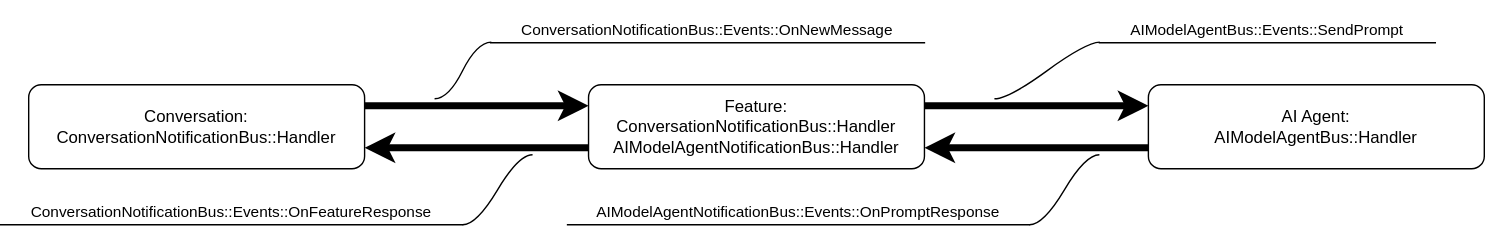
Before: docs/images/interfaces.svg, a diagram exported from draw.io (RobotecAI/o3de-genai-gems). Source tidied: cells renumbered, new cells last; positions are measured from the earlier drawing's top-left corner, leaving out a move shared by most shapes. Source of this version:
```xml
<mxGraphModel>
  <root>
    <mxCell id="0" />
    <mxCell id="1" parent="0" />
    <mxCell id="2" value="AI Agent:&lt;div&gt;AIModelAgentBus::Handler&lt;/div&gt;" style="rounded=1;whiteSpace=wrap;html=1;" parent="1" vertex="1">
      <mxGeometry x="820" y="60" width="240" height="60" as="geometry" />
    </mxCell>
    <mxCell id="3" value="Feature:&lt;div&gt;ConversationNotificationBus::Handler&lt;/div&gt;&lt;div&gt;AIModelAgentNotificationBus::Handler&lt;/div&gt;" style="rounded=1;whiteSpace=wrap;html=1;" parent="1" vertex="1">
      <mxGeometry x="420" y="60" width="240" height="60" as="geometry" />
    </mxCell>
    <mxCell id="4" value="Conversation:&lt;div&gt;&lt;div&gt;ConversationNotificationBus::Handler&lt;/div&gt;&lt;/div&gt;" style="rounded=1;whiteSpace=wrap;html=1;" parent="1" vertex="1">
      <mxGeometry x="20" y="60" width="240" height="60" as="geometry" />
    </mxCell>
    <mxCell id="5" style="endArrow=classic;html=1;rounded=0;exitX=1;exitY=0.25;exitDx=0;exitDy=0;entryX=0;entryY=0.25;entryDx=0;entryDy=0;strokeWidth=5;" parent="1" edge="1" source="4" target="3">
      <mxGeometry relative="1" as="geometry" />
    </mxCell>
    <mxCell id="6" style="endArrow=classic;html=1;rounded=0;exitX=0;exitY=0.75;exitDx=0;exitDy=0;entryX=1;entryY=0.75;entryDx=0;entryDy=0;strokeWidth=5;" parent="1" edge="1" source="3" target="4">
      <mxGeometry relative="1" as="geometry" />
    </mxCell>
    <mxCell id="7" style="endArrow=classic;html=1;rounded=0;exitX=1;exitY=0.25;exitDx=0;exitDy=0;entryX=0;entryY=0.25;entryDx=0;entryDy=0;strokeWidth=5;" parent="1" edge="1" source="3" target="2">
      <mxGeometry relative="1" as="geometry" />
    </mxCell>
    <mxCell id="8" style="endArrow=classic;html=1;rounded=0;exitX=0;exitY=0.75;exitDx=0;exitDy=0;entryX=1;entryY=0.75;entryDx=0;entryDy=0;strokeWidth=5;" parent="1" edge="1" source="2" target="3">
      <mxGeometry relative="1" as="geometry" />
    </mxCell>
    <mxCell id="9" value="&lt;span style=&quot;font-size: 11px; text-wrap: nowrap; background-color: rgb(255, 255, 255);&quot;&gt;ConversationNotificationBus::Events::OnNewMessage&lt;/span&gt;" style="whiteSpace=wrap;html=1;shape=partialRectangle;top=0;left=0;bottom=1;right=0;points=[[0,1],[1,1]];fillColor=none;align=center;verticalAlign=bottom;routingCenterY=0.5;snapToPoint=1;newEdgeStyle={&quot;edgeStyle&quot;:&quot;entityRelationEdgeStyle&quot;,&quot;startArrow&quot;:&quot;none&quot;,&quot;endArrow&quot;:&quot;none&quot;,&quot;segment&quot;:10,&quot;curved&quot;:1,&quot;sourcePerimeterSpacing&quot;:0,&quot;targetPerimeterSpacing&quot;:0};" parent="1" vertex="1">
      <mxGeometry x="350" width="310" height="30" as="geometry" />
    </mxCell>
    <mxCell id="10" style="edgeStyle=entityRelationEdgeStyle;startArrow=none;endArrow=none;segment=10;curved=1;sourcePerimeterSpacing=0;targetPerimeterSpacing=0;rounded=0;" parent="1" edge="1" target="9">
      <mxGeometry relative="1" as="geometry">
        <mxPoint x="310" y="70" as="sourcePoint" />
      </mxGeometry>
    </mxCell>
    <mxCell id="11" value="&lt;span style=&quot;font-size: 11px; text-wrap: nowrap; background-color: rgb(255, 255, 255);&quot;&gt;AIModelAgentBus::Events::SendPrompt&lt;/span&gt;" style="whiteSpace=wrap;html=1;shape=partialRectangle;top=0;left=0;bottom=1;right=0;points=[[0,1],[1,1]];fillColor=none;align=center;verticalAlign=bottom;routingCenterY=0.5;snapToPoint=1;newEdgeStyle={&quot;edgeStyle&quot;:&quot;entityRelationEdgeStyle&quot;,&quot;startArrow&quot;:&quot;none&quot;,&quot;endArrow&quot;:&quot;none&quot;,&quot;segment&quot;:10,&quot;curved&quot;:1,&quot;sourcePerimeterSpacing&quot;:0,&quot;targetPerimeterSpacing&quot;:0};" parent="1" vertex="1">
      <mxGeometry x="785" width="240" height="30" as="geometry" />
    </mxCell>
    <mxCell id="12" style="edgeStyle=entityRelationEdgeStyle;startArrow=none;endArrow=none;segment=10;curved=1;sourcePerimeterSpacing=0;targetPerimeterSpacing=0;rounded=0;" parent="1" edge="1" target="11">
      <mxGeometry relative="1" as="geometry">
        <mxPoint x="710" y="70" as="sourcePoint" />
      </mxGeometry>
    </mxCell>
    <mxCell id="13" value="&lt;span style=&quot;font-size: 11px; text-wrap: nowrap; background-color: rgb(255, 255, 255);&quot;&gt;ConversationNotificationBus::Events::OnFeatureResponse&lt;/span&gt;" style="whiteSpace=wrap;html=1;shape=partialRectangle;top=0;left=0;bottom=1;right=0;fillColor=none;align=center;verticalAlign=bottom;routingCenterY=0.5;newEdgeStyle={&quot;edgeStyle&quot;:&quot;entityRelationEdgeStyle&quot;,&quot;startArrow&quot;:&quot;none&quot;,&quot;endArrow&quot;:&quot;none&quot;,&quot;segment&quot;:10,&quot;curved&quot;:1,&quot;sourcePerimeterSpacing&quot;:0,&quot;targetPerimeterSpacing&quot;:0};" parent="1" vertex="1">
      <mxGeometry y="130" width="330" height="30" as="geometry" />
    </mxCell>
    <mxCell id="14" style="edgeStyle=entityRelationEdgeStyle;startArrow=none;endArrow=none;segment=10;curved=1;sourcePerimeterSpacing=0;targetPerimeterSpacing=0;rounded=0;" parent="1" edge="1">
      <mxGeometry relative="1" as="geometry">
        <mxPoint x="330" y="160" as="sourcePoint" />
        <mxPoint x="380" y="110" as="targetPoint" />
        <Array as="points">
          <mxPoint x="660" y="150" />
        </Array>
      </mxGeometry>
    </mxCell>
    <mxCell id="15" value="&lt;span style=&quot;font-size: 11px; text-wrap: nowrap; background-color: rgb(255, 255, 255);&quot;&gt;AIModelAgentNotificationBus::Events::OnPromptResponse&lt;/span&gt;" style="whiteSpace=wrap;html=1;shape=partialRectangle;top=0;left=0;bottom=1;right=0;points=[[0,1],[1,1]];fillColor=none;align=center;verticalAlign=bottom;routingCenterY=0.5;snapToPoint=1;newEdgeStyle={&quot;edgeStyle&quot;:&quot;entityRelationEdgeStyle&quot;,&quot;startArrow&quot;:&quot;none&quot;,&quot;endArrow&quot;:&quot;none&quot;,&quot;segment&quot;:10,&quot;curved&quot;:1,&quot;sourcePerimeterSpacing&quot;:0,&quot;targetPerimeterSpacing&quot;:0};" parent="1" vertex="1">
      <mxGeometry x="405" y="130" width="330" height="30" as="geometry" />
    </mxCell>
    <mxCell id="16" style="edgeStyle=entityRelationEdgeStyle;startArrow=none;endArrow=none;segment=10;curved=1;sourcePerimeterSpacing=0;targetPerimeterSpacing=0;rounded=0;" parent="1" edge="1">
      <mxGeometry relative="1" as="geometry">
        <mxPoint x="735" y="160" as="sourcePoint" />
        <mxPoint x="785" y="110" as="targetPoint" />
        <Array as="points">
          <mxPoint x="1065" y="150" />
          <mxPoint x="1155" y="140" />
        </Array>
      </mxGeometry>
    </mxCell>
  </root>
</mxGraphModel>
```
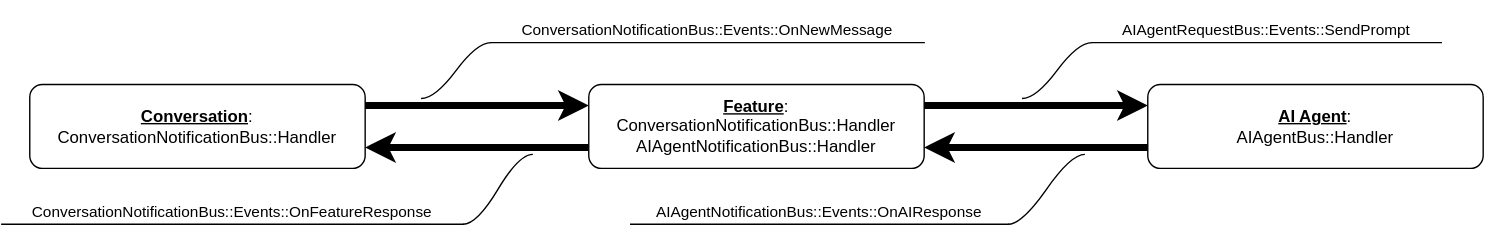
After the commit.

Commit message:
Update diagrams to follow #134

What changed in the source:
```diff
@@ -2,13 +2,13 @@
   <root>
     <mxCell id="0" />
     <mxCell id="1" parent="0" />
-    <mxCell id="2" value="AI Agent:&lt;div&gt;AIModelAgentBus::Handler&lt;/div&gt;" style="rounded=1;whiteSpace=wrap;html=1;" parent="1" vertex="1">
+    <mxCell id="2" value="&lt;u&gt;&lt;b&gt;AI Agent&lt;/b&gt;&lt;/u&gt;:&lt;div&gt;AIAgentBus::Handler&lt;/div&gt;" style="rounded=1;whiteSpace=wrap;html=1;" parent="1" vertex="1">
       <mxGeometry x="820" y="60" width="240" height="60" as="geometry" />
     </mxCell>
-    <mxCell id="3" value="Feature:&lt;div&gt;ConversationNotificationBus::Handler&lt;/div&gt;&lt;div&gt;AIModelAgentNotificationBus::Handler&lt;/div&gt;" style="rounded=1;whiteSpace=wrap;html=1;" parent="1" vertex="1">
+    <mxCell id="3" value="&lt;u&gt;&lt;b&gt;Feature&lt;/b&gt;&lt;/u&gt;:&lt;div&gt;ConversationNotificationBus::Handler&lt;/div&gt;&lt;div&gt;AIAgentNotificationBus::Handler&lt;/div&gt;" style="rounded=1;whiteSpace=wrap;html=1;" parent="1" vertex="1">
       <mxGeometry x="420" y="60" width="240" height="60" as="geometry" />
     </mxCell>
-    <mxCell id="4" value="Conversation:&lt;div&gt;&lt;div&gt;ConversationNotificationBus::Handler&lt;/div&gt;&lt;/div&gt;" style="rounded=1;whiteSpace=wrap;html=1;" parent="1" vertex="1">
+    <mxCell id="4" value="&lt;u&gt;&lt;b&gt;Conversation&lt;/b&gt;&lt;/u&gt;:&lt;div&gt;&lt;div&gt;ConversationNotificationBus::Handler&lt;/div&gt;&lt;/div&gt;" style="rounded=1;whiteSpace=wrap;html=1;" parent="1" vertex="1">
       <mxGeometry x="20" y="60" width="240" height="60" as="geometry" />
     </mxCell>
     <mxCell id="5" style="endArrow=classic;html=1;rounded=0;exitX=1;exitY=0.25;exitDx=0;exitDy=0;entryX=0;entryY=0.25;entryDx=0;entryDy=0;strokeWidth=5;" parent="1" edge="1" source="4" target="3">
@@ -28,15 +28,15 @@
     </mxCell>
     <mxCell id="10" style="edgeStyle=entityRelationEdgeStyle;startArrow=none;endArrow=none;segment=10;curved=1;sourcePerimeterSpacing=0;targetPerimeterSpacing=0;rounded=0;" parent="1" edge="1" target="9">
       <mxGeometry relative="1" as="geometry">
-        <mxPoint x="310" y="70" as="sourcePoint" />
+        <mxPoint x="300" y="70" as="sourcePoint" />
       </mxGeometry>
     </mxCell>
-    <mxCell id="11" value="&lt;span style=&quot;font-size: 11px; text-wrap: nowrap; background-color: rgb(255, 255, 255);&quot;&gt;AIModelAgentBus::Events::SendPrompt&lt;/span&gt;" style="whiteSpace=wrap;html=1;shape=partialRectangle;top=0;left=0;bottom=1;right=0;points=[[0,1],[1,1]];fillColor=none;align=center;verticalAlign=bottom;routingCenterY=0.5;snapToPoint=1;newEdgeStyle={&quot;edgeStyle&quot;:&quot;entityRelationEdgeStyle&quot;,&quot;startArrow&quot;:&quot;none&quot;,&quot;endArrow&quot;:&quot;none&quot;,&quot;segment&quot;:10,&quot;curved&quot;:1,&quot;sourcePerimeterSpacing&quot;:0,&quot;targetPerimeterSpacing&quot;:0};" parent="1" vertex="1">
-      <mxGeometry x="785" width="240" height="30" as="geometry" />
+    <mxCell id="11" value="&lt;span style=&quot;font-size: 11px; text-wrap: nowrap; background-color: rgb(255, 255, 255);&quot;&gt;AIAgentRequestBus::Events::SendPrompt&lt;/span&gt;" style="whiteSpace=wrap;html=1;shape=partialRectangle;top=0;left=0;bottom=1;right=0;points=[[0,1],[1,1]];fillColor=none;align=center;verticalAlign=bottom;routingCenterY=0.5;snapToPoint=1;newEdgeStyle={&quot;edgeStyle&quot;:&quot;entityRelationEdgeStyle&quot;,&quot;startArrow&quot;:&quot;none&quot;,&quot;endArrow&quot;:&quot;none&quot;,&quot;segment&quot;:10,&quot;curved&quot;:1,&quot;sourcePerimeterSpacing&quot;:0,&quot;targetPerimeterSpacing&quot;:0};" parent="1" vertex="1">
+      <mxGeometry x="780" width="250" height="30" as="geometry" />
     </mxCell>
     <mxCell id="12" style="edgeStyle=entityRelationEdgeStyle;startArrow=none;endArrow=none;segment=10;curved=1;sourcePerimeterSpacing=0;targetPerimeterSpacing=0;rounded=0;" parent="1" edge="1" target="11">
       <mxGeometry relative="1" as="geometry">
-        <mxPoint x="710" y="70" as="sourcePoint" />
+        <mxPoint x="730" y="70" as="sourcePoint" />
       </mxGeometry>
     </mxCell>
     <mxCell id="13" value="&lt;span style=&quot;font-size: 11px; text-wrap: nowrap; background-color: rgb(255, 255, 255);&quot;&gt;ConversationNotificationBus::Events::OnFeatureResponse&lt;/span&gt;" style="whiteSpace=wrap;html=1;shape=partialRectangle;top=0;left=0;bottom=1;right=0;fillColor=none;align=center;verticalAlign=bottom;routingCenterY=0.5;newEdgeStyle={&quot;edgeStyle&quot;:&quot;entityRelationEdgeStyle&quot;,&quot;startArrow&quot;:&quot;none&quot;,&quot;endArrow&quot;:&quot;none&quot;,&quot;segment&quot;:10,&quot;curved&quot;:1,&quot;sourcePerimeterSpacing&quot;:0,&quot;targetPerimeterSpacing&quot;:0};" parent="1" vertex="1">
@@ -51,13 +51,12 @@
         </Array>
       </mxGeometry>
     </mxCell>
-    <mxCell id="15" value="&lt;span style=&quot;font-size: 11px; text-wrap: nowrap; background-color: rgb(255, 255, 255);&quot;&gt;AIModelAgentNotificationBus::Events::OnPromptResponse&lt;/span&gt;" style="whiteSpace=wrap;html=1;shape=partialRectangle;top=0;left=0;bottom=1;right=0;points=[[0,1],[1,1]];fillColor=none;align=center;verticalAlign=bottom;routingCenterY=0.5;snapToPoint=1;newEdgeStyle={&quot;edgeStyle&quot;:&quot;entityRelationEdgeStyle&quot;,&quot;startArrow&quot;:&quot;none&quot;,&quot;endArrow&quot;:&quot;none&quot;,&quot;segment&quot;:10,&quot;curved&quot;:1,&quot;sourcePerimeterSpacing&quot;:0,&quot;targetPerimeterSpacing&quot;:0};" parent="1" vertex="1">
-      <mxGeometry x="405" y="130" width="330" height="30" as="geometry" />
+    <mxCell id="15" value="&lt;span style=&quot;font-size: 11px; text-wrap: nowrap; background-color: rgb(255, 255, 255);&quot;&gt;AIAgentNotificationBus::Events::OnAIResponse&lt;/span&gt;" style="whiteSpace=wrap;html=1;shape=partialRectangle;top=0;left=0;bottom=1;right=0;points=[[0,1],[1,1]];fillColor=none;align=center;verticalAlign=bottom;routingCenterY=0.5;snapToPoint=1;newEdgeStyle={&quot;edgeStyle&quot;:&quot;entityRelationEdgeStyle&quot;,&quot;startArrow&quot;:&quot;none&quot;,&quot;endArrow&quot;:&quot;none&quot;,&quot;segment&quot;:10,&quot;curved&quot;:1,&quot;sourcePerimeterSpacing&quot;:0,&quot;targetPerimeterSpacing&quot;:0};" parent="1" vertex="1">
+      <mxGeometry x="450" y="130" width="270" height="30" as="geometry" />
     </mxCell>
-    <mxCell id="16" style="edgeStyle=entityRelationEdgeStyle;startArrow=none;endArrow=none;segment=10;curved=1;sourcePerimeterSpacing=0;targetPerimeterSpacing=0;rounded=0;" parent="1" edge="1">
+    <mxCell id="16" style="edgeStyle=entityRelationEdgeStyle;startArrow=none;endArrow=none;segment=10;curved=1;sourcePerimeterSpacing=0;targetPerimeterSpacing=0;rounded=0;exitX=1;exitY=1;exitDx=0;exitDy=0;" parent="1" edge="1" source="15">
       <mxGeometry relative="1" as="geometry">
-        <mxPoint x="735" y="160" as="sourcePoint" />
-        <mxPoint x="785" y="110" as="targetPoint" />
+        <mxPoint x="775" y="110" as="targetPoint" />
         <Array as="points">
           <mxPoint x="1065" y="150" />
           <mxPoint x="1155" y="140" />
```
